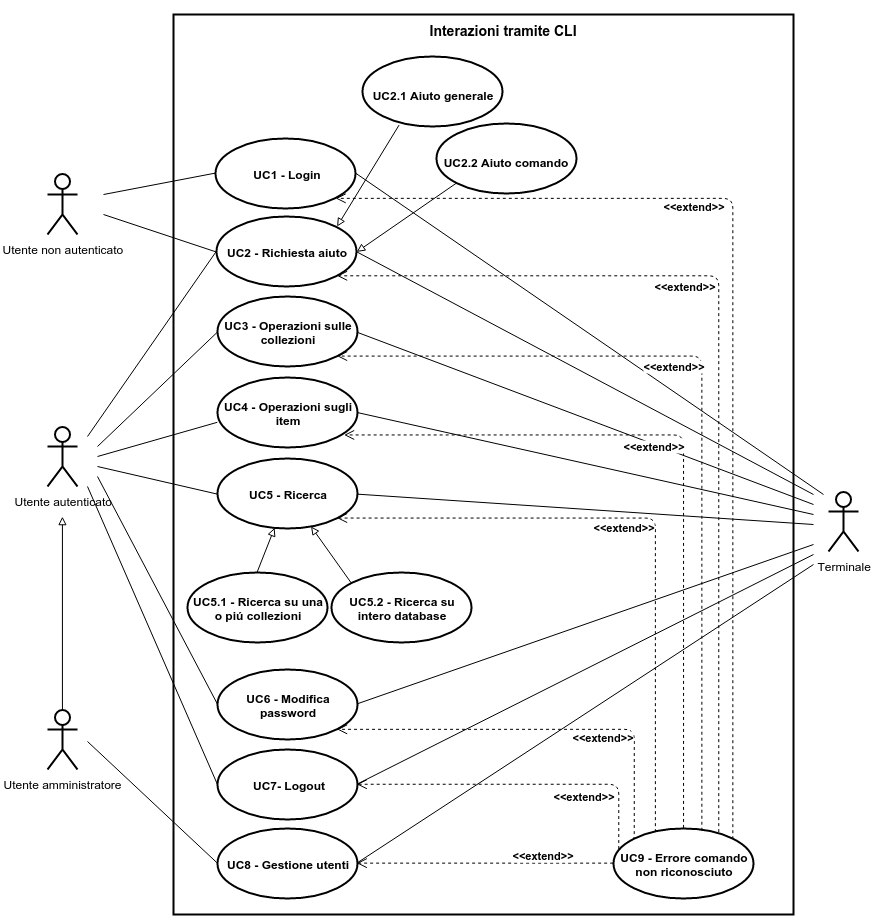
ScalateKids/Actorbase-Documents keeps this draw.io diagram as img/UseCases/CLI-Generale.png. Above is the earlier version. Source tidied: cells renumbered, new cells last; positions are measured from the earlier drawing's top-left corner, leaving out a move shared by most shapes.
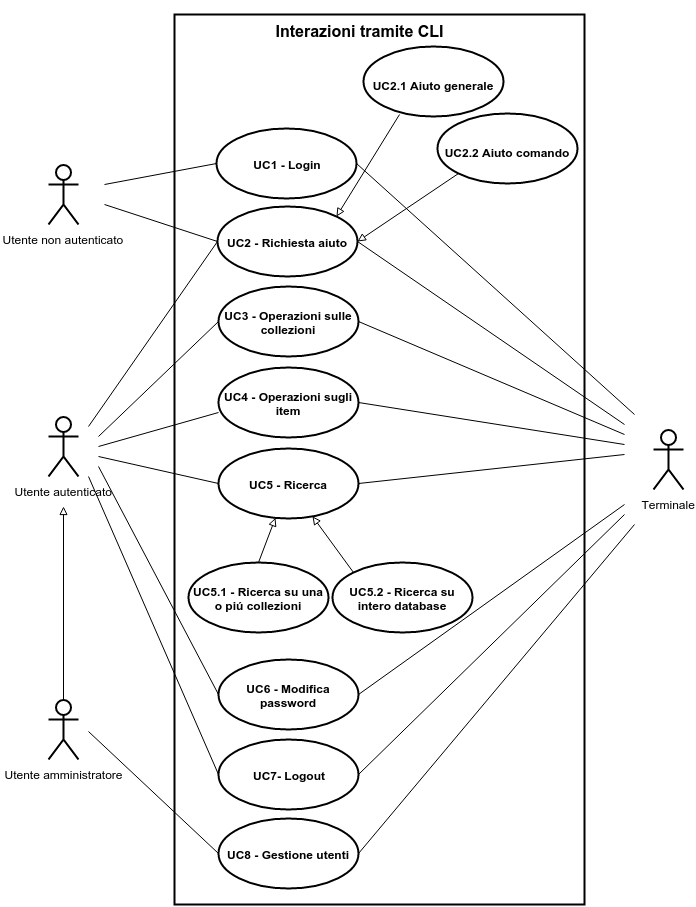
Later version of the same file.

What changed in the source:
```diff
@@ -9,7 +9,7 @@
       <mxGeometry y="708" width="30" height="60" as="geometry" />
     </mxCell>
     <mxCell id="4" style="html=1;shadow=0;glass=0;strokeWidth=2;fillColor=none;" parent="1" vertex="1">
-      <mxGeometry x="126" y="13" width="620" height="900" as="geometry" />
+      <mxGeometry x="126" y="23" width="410" height="890" as="geometry" />
     </mxCell>
     <mxCell id="5" value="&lt;b&gt;UC2 - Richiesta aiuto&lt;/b&gt;" style="ellipse;whiteSpace=wrap;html=1;shadow=0;glass=0;strokeWidth=2;fillColor=none;" parent="1" vertex="1">
       <mxGeometry x="169" y="215" width="140" height="70" as="geometry" />
@@ -29,7 +29,7 @@
     </mxCell>
     <mxCell id="9" style="edgeStyle=orthogonalEdgeStyle;rounded=0;html=1;jettySize=auto;endArrow=block;endFill=0;" parent="1" edge="1" source="3">
       <mxGeometry x="1159" y="222" as="geometry">
-        <mxPoint x="14.9" y="515.2" as="targetPoint" />
+        <mxPoint x="15" y="515" as="targetPoint" />
         <Array as="points">
           <mxPoint x="15" y="515" />
         </Array>
@@ -78,159 +78,97 @@
         <mxPoint x="40" y="485" as="sourcePoint" />
       </mxGeometry>
     </mxCell>
-    <mxCell id="21" value="Terminale" style="shape=umlActor;verticalLabelPosition=bottom;labelBackgroundColor=#ffffff;verticalAlign=top;html=1;shadow=0;glass=0;strokeWidth=2;fillColor=none;" parent="1" vertex="1">
-      <mxGeometry x="781" y="490" width="30" height="60" as="geometry" />
+    <mxCell id="21" style="endArrow=none;html=1;strokeWidth=1;exitX=1;exitY=0.5;" parent="1" edge="1" source="5">
+      <mxGeometry x="1454" y="-43" as="geometry">
+        <mxPoint x="576" y="433" as="targetPoint" />
+      </mxGeometry>
     </mxCell>
-    <mxCell id="22" style="endArrow=none;html=1;strokeWidth=1;exitX=1;exitY=0.5;" parent="1" edge="1" source="5">
-      <mxGeometry x="1454" y="-43" as="geometry">
-        <mxPoint x="766" y="493" as="targetPoint" />
+    <mxCell id="22" style="endArrow=none;html=1;strokeWidth=1;exitX=1;exitY=0.5;" parent="1" edge="1" source="6">
+      <mxGeometry x="1454" y="37" as="geometry">
+        <mxPoint x="576" y="443" as="targetPoint" />
       </mxGeometry>
     </mxCell>
-    <mxCell id="23" style="endArrow=none;html=1;strokeWidth=1;exitX=1;exitY=0.5;" parent="1" edge="1" source="6">
-      <mxGeometry x="1454" y="37" as="geometry">
-        <mxPoint x="766" y="503" as="targetPoint" />
+    <mxCell id="23" style="endArrow=none;html=1;strokeWidth=1;exitX=1;exitY=0.5;" parent="1" edge="1" source="10">
+      <mxGeometry x="1454" y="118" as="geometry">
+        <mxPoint x="576" y="453" as="targetPoint" />
       </mxGeometry>
     </mxCell>
-    <mxCell id="24" style="endArrow=none;html=1;strokeWidth=1;exitX=1;exitY=0.5;" parent="1" edge="1" source="10">
-      <mxGeometry x="1454" y="118" as="geometry">
-        <mxPoint x="766" y="513" as="targetPoint" />
+    <mxCell id="24" style="endArrow=none;html=1;strokeWidth=1;exitX=1;exitY=0.5;" parent="1" edge="1" source="11">
+      <mxGeometry x="1454" y="172" as="geometry">
+        <mxPoint x="576" y="463" as="targetPoint" />
       </mxGeometry>
     </mxCell>
-    <mxCell id="25" style="endArrow=none;html=1;strokeWidth=1;exitX=1;exitY=0.5;" parent="1" edge="1" source="11">
-      <mxGeometry x="1454" y="172" as="geometry">
-        <mxPoint x="766" y="523" as="targetPoint" />
+    <mxCell id="25" style="endArrow=none;html=1;strokeWidth=1;exitX=1;exitY=0.5;" parent="1" edge="1" source="12">
+      <mxGeometry x="1454" y="182" as="geometry">
+        <mxPoint x="576" y="513" as="targetPoint" />
       </mxGeometry>
     </mxCell>
-    <mxCell id="26" style="endArrow=none;html=1;strokeWidth=1;exitX=1;exitY=0.5;" parent="1" edge="1" source="12">
-      <mxGeometry x="1454" y="182" as="geometry">
-        <mxPoint x="766" y="543" as="targetPoint" />
+    <mxCell id="26" style="endArrow=none;html=1;strokeWidth=1;exitX=1;exitY=0.5;" parent="1" edge="1" source="13">
+      <mxGeometry x="1454" y="202" as="geometry">
+        <mxPoint x="576" y="523" as="targetPoint" />
       </mxGeometry>
     </mxCell>
-    <mxCell id="27" style="endArrow=none;html=1;strokeWidth=1;exitX=1;exitY=0.5;" parent="1" edge="1" source="13">
-      <mxGeometry x="1454" y="202" as="geometry">
-        <mxPoint x="766" y="553" as="targetPoint" />
+    <mxCell id="27" style="endArrow=none;html=1;strokeWidth=1;exitX=1;exitY=0.5;" parent="1" edge="1" source="14">
+      <mxGeometry x="1454" y="222" as="geometry">
+        <mxPoint x="586" y="533" as="targetPoint" />
       </mxGeometry>
     </mxCell>
-    <mxCell id="28" style="endArrow=none;html=1;strokeWidth=1;exitX=1;exitY=0.5;" parent="1" edge="1" source="14">
-      <mxGeometry x="1454" y="222" as="geometry">
-        <mxPoint x="766" y="563" as="targetPoint" />
-      </mxGeometry>
+    <mxCell id="28" style="edgeStyle=orthogonalEdgeStyle;rounded=0;html=1;exitX=0.5;exitY=0.5;exitPerimeter=0;entryX=0.5;entryY=0.5;entryPerimeter=0;jettySize=auto;orthogonalLoop=1;" parent="1" edge="1" source="44" target="44">
+      <mxGeometry x="1559" y="172" as="geometry" />
     </mxCell>
-    <mxCell id="29" style="edgeStyle=orthogonalEdgeStyle;rounded=0;html=1;exitX=0.5;exitY=0.5;exitPerimeter=0;entryX=0.5;entryY=0.5;entryPerimeter=0;jettySize=auto;orthogonalLoop=1;" parent="1" edge="1" source="21" target="21">
-      <mxGeometry x="1559" y="172" as="geometry" />
+    <mxCell id="29" value="&lt;span style=&quot;font-weight: normal&quot;&gt;Utente non autenticato&lt;/span&gt;" style="shape=umlActor;verticalLabelPosition=bottom;labelBackgroundColor=#ffffff;verticalAlign=top;html=1;fontStyle=1;strokeWidth=2;" parent="1" vertex="1">
+      <mxGeometry y="173" width="30" height="60" as="geometry" />
     </mxCell>
-    <mxCell id="30" value="&lt;span style=&quot;font-weight: normal&quot;&gt;Utente non autenticato&lt;/span&gt;" style="shape=umlActor;verticalLabelPosition=bottom;labelBackgroundColor=#ffffff;verticalAlign=top;html=1;fontStyle=1;strokeWidth=2;" parent="1" vertex="1">
-      <mxGeometry y="173" width="30" height="60" as="geometry" />
+    <mxCell id="30" value="&lt;b&gt;UC1 - Login&lt;/b&gt;" style="ellipse;whiteSpace=wrap;html=1;shadow=0;glass=0;strokeWidth=2;fillColor=none;" parent="1" vertex="1">
+      <mxGeometry x="168" y="137" width="140" height="70" as="geometry" />
     </mxCell>
-    <mxCell id="31" value="&lt;b&gt;UC1 - Login&lt;/b&gt;" style="ellipse;whiteSpace=wrap;html=1;shadow=0;glass=0;strokeWidth=2;fillColor=none;" parent="1" vertex="1">
-      <mxGeometry x="168" y="137" width="140" height="70" as="geometry" />
+    <mxCell id="31" style="endArrow=none;html=1;strokeWidth=1;fillColor=#000000;entryX=0;entryY=0.5;" parent="1" edge="1" target="30">
+      <mxGeometry x="1200" y="-121" as="geometry">
+        <mxPoint x="56" y="193" as="sourcePoint" />
+      </mxGeometry>
     </mxCell>
-    <mxCell id="32" style="endArrow=none;html=1;strokeWidth=1;fillColor=#000000;entryX=0;entryY=0.5;" parent="1" edge="1" target="31">
-      <mxGeometry x="1200" y="-121.5" as="geometry">
-        <mxPoint x="56" y="193" as="sourcePoint" />
+    <mxCell id="32" style="endArrow=none;html=1;strokeWidth=1;fillColor=#000000;entryX=0;entryY=0.5;" parent="1" edge="1" target="5">
+      <mxGeometry x="1200" y="-80" as="geometry">
+        <mxPoint x="56" y="213" as="sourcePoint" />
       </mxGeometry>
     </mxCell>
-    <mxCell id="33" style="endArrow=none;html=1;strokeWidth=1;fillColor=#000000;entryX=0;entryY=0.5;" parent="1" edge="1" target="5">
-      <mxGeometry x="1200" y="-80" as="geometry">
-        <mxPoint x="56" y="213" as="sourcePoint" />
+    <mxCell id="33" style="endArrow=none;html=1;strokeWidth=1;fillColor=#000000;exitX=1;exitY=0.5;" parent="1" edge="1" source="30">
+      <mxGeometry x="1452" y="-121" as="geometry">
+        <mxPoint x="586" y="423" as="targetPoint" />
       </mxGeometry>
     </mxCell>
-    <mxCell id="34" style="endArrow=none;html=1;strokeWidth=1;fillColor=#000000;exitX=1;exitY=0.5;" parent="1" edge="1" source="31">
-      <mxGeometry x="1451.9" y="-121.5" as="geometry">
-        <mxPoint x="776" y="493" as="targetPoint" />
-      </mxGeometry>
+    <mxCell id="34" value="&lt;font style=&quot;font-size: 12px&quot;&gt;&lt;b&gt;UC2.1 Aiuto generale&lt;/b&gt;&lt;/font&gt;" style="ellipse;whiteSpace=wrap;html=1;strokeWidth=2;fontSize=20;" parent="1" vertex="1">
+      <mxGeometry x="315" y="55" width="140" height="70" as="geometry" />
     </mxCell>
-    <mxCell id="35" value="&lt;font style=&quot;font-size: 12px&quot;&gt;&lt;b&gt;UC2.1 Aiuto generale&lt;/b&gt;&lt;/font&gt;" style="ellipse;whiteSpace=wrap;html=1;strokeWidth=2;fontSize=20;" parent="1" vertex="1">
-      <mxGeometry x="315" y="55" width="140" height="70" as="geometry" />
+    <mxCell id="35" value="&lt;font style=&quot;font-size: 12px&quot;&gt;&lt;b&gt;UC2.2 Aiuto comando&lt;/b&gt;&lt;/font&gt;" style="ellipse;whiteSpace=wrap;html=1;strokeWidth=2;fontSize=20;" parent="1" vertex="1">
+      <mxGeometry x="389" y="122" width="140" height="70" as="geometry" />
     </mxCell>
-    <mxCell id="36" value="&lt;font style=&quot;font-size: 12px&quot;&gt;&lt;b&gt;UC2.2 Aiuto comando&lt;/b&gt;&lt;/font&gt;" style="ellipse;whiteSpace=wrap;html=1;strokeWidth=2;fontSize=20;" parent="1" vertex="1">
-      <mxGeometry x="389" y="122" width="140" height="70" as="geometry" />
+    <mxCell id="36" style="endArrow=block;html=1;strokeWidth=1;fillColor=#000000;fontSize=20;entryX=1;entryY=0;exitX=0.257;exitY=0.976;exitPerimeter=0;endFill=0;" parent="1" edge="1" source="34" target="5">
+      <mxGeometry x="1432" y="-170" as="geometry" />
     </mxCell>
-    <mxCell id="37" style="endArrow=block;html=1;strokeWidth=1;fillColor=#000000;fontSize=20;entryX=1;entryY=0;exitX=0.257;exitY=0.976;exitPerimeter=0;endFill=0;" parent="1" edge="1" source="35" target="5">
-      <mxGeometry x="1433.6" y="-169.4" as="geometry" />
+    <mxCell id="37" style="endArrow=block;html=1;strokeWidth=1;fillColor=#000000;fontSize=20;entryX=1;entryY=0.5;exitX=0;exitY=1;endFill=0;" parent="1" edge="1" source="35" target="5">
+      <mxGeometry x="1465.5" y="-123.1" as="geometry" />
     </mxCell>
-    <mxCell id="38" style="endArrow=block;html=1;strokeWidth=1;fillColor=#000000;fontSize=20;entryX=1;entryY=0.5;exitX=0;exitY=1;endFill=0;" parent="1" edge="1" source="36" target="5">
-      <mxGeometry x="1465.5" y="-123.1" as="geometry" />
+    <mxCell id="38" value="&lt;b&gt;UC5.1 - Ricerca su una o pi&lt;/b&gt;&lt;span&gt;&lt;b&gt;ú collezioni&lt;/b&gt;&lt;/span&gt;" style="ellipse;whiteSpace=wrap;html=1;strokeWidth=2;" parent="1" vertex="1">
+      <mxGeometry x="140" y="571" width="140" height="70" as="geometry" />
     </mxCell>
-    <mxCell id="39" value="&lt;b&gt;UC5.1 - Ricerca su una o pi&lt;/b&gt;&lt;span&gt;&lt;b&gt;ú collezioni&lt;/b&gt;&lt;/span&gt;" style="ellipse;whiteSpace=wrap;html=1;strokeWidth=2;" parent="1" vertex="1">
-      <mxGeometry x="140" y="571" width="140" height="70" as="geometry" />
+    <mxCell id="39" value="&lt;b&gt;UC5.2 - Ricerca su intero database&lt;/b&gt;" style="ellipse;whiteSpace=wrap;html=1;strokeWidth=2;" parent="1" vertex="1">
+      <mxGeometry x="284" y="571" width="140" height="70" as="geometry" />
     </mxCell>
-    <mxCell id="40" value="&lt;b&gt;UC5.2 - Ricerca su intero database&lt;/b&gt;" style="ellipse;whiteSpace=wrap;html=1;strokeWidth=2;" parent="1" vertex="1">
-      <mxGeometry x="284" y="571" width="140" height="70" as="geometry" />
+    <mxCell id="40" style="endArrow=block;html=1;strokeWidth=1;fillColor=#000000;fontSize=20;exitX=0.5;exitY=0;endFill=0;" parent="1" edge="1" source="38" target="11">
+      <mxGeometry x="1475.5" y="-113.1" as="geometry" />
     </mxCell>
-    <mxCell id="41" style="endArrow=block;html=1;strokeWidth=1;fillColor=#000000;fontSize=20;exitX=0.5;exitY=0;endFill=0;" parent="1" edge="1" source="39" target="11">
+    <mxCell id="41" style="endArrow=block;html=1;strokeWidth=1;fillColor=#000000;fontSize=20;endFill=0;exitX=0;exitY=0;" parent="1" edge="1" source="39" target="11">
       <mxGeometry x="1475.5" y="-113.1" as="geometry" />
     </mxCell>
-    <mxCell id="42" style="endArrow=block;html=1;strokeWidth=1;fillColor=#000000;fontSize=20;endFill=0;exitX=0;exitY=0;" parent="1" edge="1" source="40" target="11">
-      <mxGeometry x="1475.5" y="-113.1" as="geometry" />
+    <mxCell id="42" value="&lt;font style=&quot;font-size: 16px&quot;&gt;Interazioni tramite CLI&lt;/font&gt;" style="text;html=1;align=center;fontStyle=1;verticalAlign=middle;spacingLeft=3;spacingRight=3;strokeColor=none;shadow=0;glass=0;fillColor=none;" parent="1" vertex="1">
+      <mxGeometry x="242" y="10" width="138" height="56" as="geometry" />
     </mxCell>
-    <mxCell id="43" value="&lt;font style=&quot;font-size: 14px&quot;&gt;Interazioni tramite CLI&lt;/font&gt;" style="text;html=1;align=center;fontStyle=1;verticalAlign=middle;spacingLeft=3;spacingRight=3;strokeColor=none;shadow=0;glass=0;fillColor=none;" parent="1" vertex="1">
-      <mxGeometry x="386" width="138" height="56" as="geometry" />
+    <mxCell id="43" style="edgeStyle=orthogonalEdgeStyle;rounded=0;html=1;exitX=0.5;exitY=0.5;exitPerimeter=0;entryX=0.5;entryY=0.5;entryPerimeter=0;jettySize=auto;orthogonalLoop=1;" parent="1" edge="1" source="44" target="44">
+      <mxGeometry x="1764" y="175" as="geometry" />
     </mxCell>
-    <mxCell id="44" style="edgeStyle=orthogonalEdgeStyle;rounded=0;html=1;exitX=0.5;exitY=0.5;exitPerimeter=0;entryX=0.5;entryY=0.5;entryPerimeter=0;jettySize=auto;orthogonalLoop=1;" parent="1" edge="1" source="21" target="21">
-      <mxGeometry x="1940.6" y="226.4" as="geometry" />
+    <mxCell id="44" value="Terminale" style="shape=umlActor;verticalLabelPosition=bottom;labelBackgroundColor=#ffffff;verticalAlign=top;html=1;shadow=0;glass=0;strokeWidth=2;fillColor=none;" parent="1" vertex="1">
+      <mxGeometry x="605" y="438" width="30" height="60" as="geometry" />
     </mxCell>
-    <mxCell id="45" value="&lt;b&gt;UC9 - Errore comando non riconosciuto&lt;/b&gt;" style="ellipse;whiteSpace=wrap;html=1;strokeWidth=2;fillColor=none;" parent="1" vertex="1">
-      <mxGeometry x="566" y="827" width="140" height="70" as="geometry" />
-    </mxCell>
-    <mxCell id="46" value="&lt;b&gt;&amp;lt;&amp;lt;extend&amp;gt;&amp;gt;&lt;/b&gt;" style="html=1;verticalAlign=bottom;endArrow=open;dashed=1;endSize=8;entryX=1;entryY=0.5;exitX=0;exitY=0.5;edgeStyle=orthogonalEdgeStyle;" parent="1" edge="1" source="45" target="14">
-      <mxGeometry x="1453.3" y="568.6" as="geometry" />
-    </mxCell>
-    <mxCell id="47" value="&lt;b&gt;&amp;lt;&amp;lt;extend&amp;gt;&amp;gt;&lt;/b&gt;" style="html=1;verticalAlign=bottom;endArrow=open;dashed=1;endSize=8;entryX=1;entryY=0.5;exitX=0.036;exitY=0.3;edgeStyle=orthogonalEdgeStyle;exitPerimeter=0;" parent="1" edge="1" source="45" target="13">
-      <mxGeometry as="geometry">
-        <Array as="points">
-          <mxPoint x="571" y="783" />
-        </Array>
-        <mxPoint x="96" y="-12" as="offset" />
-      </mxGeometry>
-    </mxCell>
-    <mxCell id="48" value="&lt;b&gt;&amp;lt;&amp;lt;extend&amp;gt;&amp;gt;&lt;/b&gt;" style="html=1;verticalAlign=bottom;endArrow=open;dashed=1;endSize=8;entryX=1;entryY=1;exitX=0;exitY=0;edgeStyle=orthogonalEdgeStyle;" parent="1" edge="1" source="45" target="12">
-      <mxGeometry as="geometry">
-        <Array as="points">
-          <mxPoint x="587" y="728" />
-        </Array>
-        <mxPoint x="118" y="-39" as="offset" />
-      </mxGeometry>
-    </mxCell>
-    <mxCell id="49" value="&lt;b&gt;&amp;lt;&amp;lt;extend&amp;gt;&amp;gt;&lt;/b&gt;" style="html=1;verticalAlign=bottom;endArrow=open;dashed=1;endSize=8;entryX=1;entryY=1;exitX=0.3;exitY=0.043;edgeStyle=orthogonalEdgeStyle;exitPerimeter=0;" parent="1" edge="1" source="45" target="11">
-      <mxGeometry as="geometry">
-        <Array as="points">
-          <mxPoint x="608" y="517" />
-        </Array>
-        <mxPoint x="128" y="-140" as="offset" />
-      </mxGeometry>
-    </mxCell>
-    <mxCell id="50" value="&lt;b&gt;&amp;lt;&amp;lt;extend&amp;gt;&amp;gt;&lt;/b&gt;" style="html=1;verticalAlign=bottom;endArrow=open;dashed=1;endSize=8;entryX=0.9;entryY=0.829;exitX=0.5;exitY=0;edgeStyle=orthogonalEdgeStyle;entryPerimeter=0;" parent="1" edge="1" source="45" target="10">
-      <mxGeometry as="geometry">
-        <Array as="points">
-          <mxPoint x="636" y="434" />
-        </Array>
-        <mxPoint x="140" y="-177" as="offset" />
-      </mxGeometry>
-    </mxCell>
-    <mxCell id="51" value="&lt;b&gt;&amp;lt;&amp;lt;extend&amp;gt;&amp;gt;&lt;/b&gt;" style="html=1;verticalAlign=bottom;endArrow=open;dashed=1;endSize=8;entryX=1;entryY=1;exitX=0.629;exitY=0.029;edgeStyle=orthogonalEdgeStyle;exitPerimeter=0;" parent="1" edge="1" source="45" target="6">
-      <mxGeometry as="geometry">
-        <Array as="points">
-          <mxPoint x="654" y="355" />
-        </Array>
-        <mxPoint x="155" y="-219" as="offset" />
-      </mxGeometry>
-    </mxCell>
-    <mxCell id="52" value="&lt;b&gt;&amp;lt;&amp;lt;extend&amp;gt;&amp;gt;&lt;/b&gt;" style="html=1;verticalAlign=bottom;endArrow=open;dashed=1;endSize=8;entryX=1;entryY=1;exitX=0.75;exitY=0.043;edgeStyle=orthogonalEdgeStyle;exitPerimeter=0;" parent="1" edge="1" source="45" target="5">
-      <mxGeometry as="geometry">
-        <Array as="points">
-          <mxPoint x="671" y="275" />
-        </Array>
-        <mxPoint x="157" y="-259" as="offset" />
-      </mxGeometry>
-    </mxCell>
-    <mxCell id="53" value="&lt;b&gt;&amp;lt;&amp;lt;extend&amp;gt;&amp;gt;&lt;/b&gt;" style="html=1;verticalAlign=bottom;endArrow=open;dashed=1;endSize=8;entryX=1;entryY=1;exitX=1;exitY=0;edgeStyle=orthogonalEdgeStyle;" parent="1" edge="1" source="45" target="31">
-      <mxGeometry as="geometry">
-        <Array as="points">
-          <mxPoint x="685" y="197" />
-        </Array>
-        <mxPoint x="160" y="-304" as="offset" />
-      </mxGeometry>
-    </mxCell>
   </root>
 </mxGraphModel>
```
